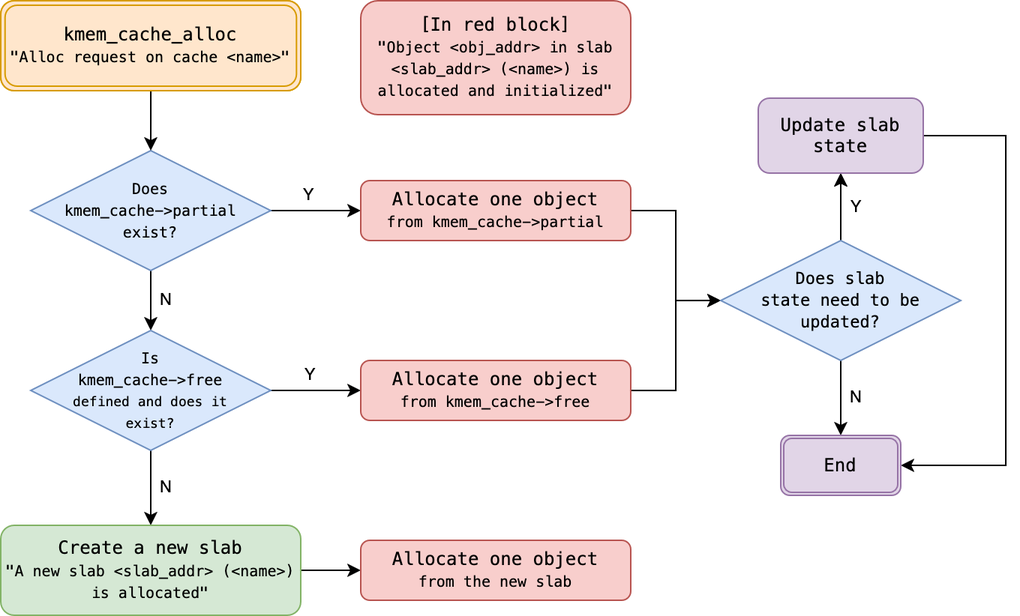
Before: doc/img/mp2-slab-alloc.png, a diagram exported from draw.io (Shiritai/xv6-ntu-mp). Source tidied: cells renumbered, new cells last; positions are measured from the earlier drawing's top-left corner, leaving out a move shared by most shapes.
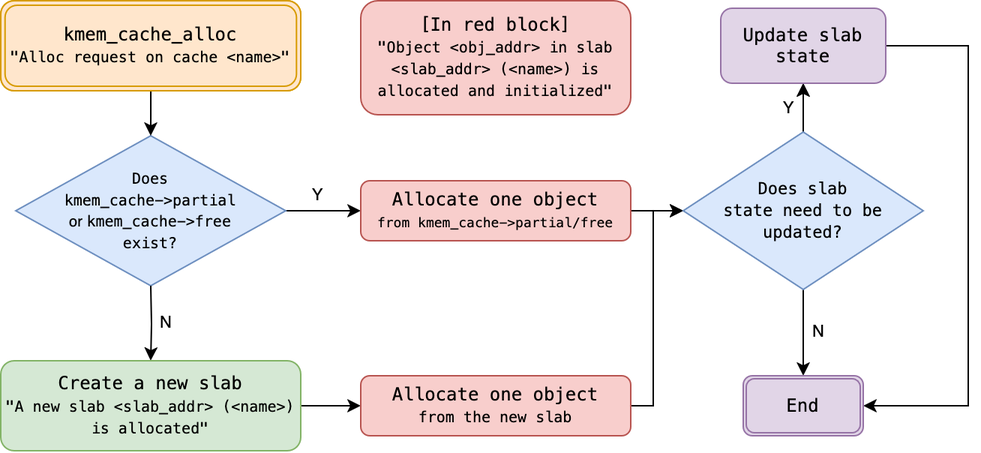
The same diagram one commit later.

What changed in the source:
```diff
@@ -10,54 +10,39 @@
         <mxPoint y="-10" as="offset" />
       </mxGeometry>
     </mxCell>
-    <mxCell id="4" style="edgeStyle=orthogonalEdgeStyle;rounded=0;jettySize=auto;html=1;entryX=0.5;entryY=0;entryDx=0;entryDy=0;" parent="1" edge="1" source="6" target="12">
-      <mxGeometry relative="1" as="geometry" />
-    </mxCell>
-    <mxCell id="5" value="N" style="edgeLabel;html=1;align=center;verticalAlign=middle;labelBackgroundColor=none;" parent="4" vertex="1">
-      <mxGeometry x="0.01" y="1" relative="1" as="geometry">
-        <mxPoint x="9" as="offset" />
-      </mxGeometry>
-    </mxCell>
-    <mxCell id="6" value="&lt;div&gt;&lt;font style=&quot;font-size: 10px;&quot; face=&quot;MesloLGM Nerd Font&quot;&gt;Does&lt;br&gt;kmem_cache-&amp;gt;partial&lt;/font&gt;&lt;/div&gt;&lt;div&gt;&lt;font style=&quot;font-size: 10px;&quot; face=&quot;MesloLGM Nerd Font&quot;&gt;exist?&lt;/font&gt;&lt;/div&gt;" style="rhombus;whiteSpace=wrap;html=1;fillColor=#dae8fc;strokeColor=#6c8ebf;rounded=0;" parent="1" vertex="1">
-      <mxGeometry x="20" y="100" width="160" height="80" as="geometry" />
+    <mxCell id="6" value="&lt;div&gt;&lt;font style=&quot;font-size: 10px;&quot; face=&quot;MesloLGM Nerd Font&quot;&gt;Does&lt;br&gt;kmem_cache-&amp;gt;partial&lt;/font&gt;&lt;/div&gt;&lt;div&gt;&lt;font style=&quot;font-size: 10px;&quot;&gt;or &lt;font face=&quot;MesloLGM Nerd Font&quot;&gt;kmem_cache-&amp;gt;free&lt;/font&gt;&lt;/font&gt;&lt;/div&gt;&lt;div&gt;&lt;font style=&quot;font-size: 10px;&quot; face=&quot;MesloLGM Nerd Font&quot;&gt;exist?&lt;/font&gt;&lt;/div&gt;" style="rhombus;whiteSpace=wrap;html=1;fillColor=#dae8fc;strokeColor=#6c8ebf;rounded=0;" parent="1" vertex="1">
+      <mxGeometry x="10" y="90" width="180" height="100" as="geometry" />
     </mxCell>
     <mxCell id="7" style="edgeStyle=orthogonalEdgeStyle;rounded=0;jettySize=auto;html=1;entryX=0;entryY=0.5;entryDx=0;entryDy=0;" parent="1" edge="1" source="8" target="27">
       <mxGeometry relative="1" as="geometry" />
     </mxCell>
-    <mxCell id="8" value="&lt;div&gt;&lt;font face=&quot;MesloLGM Nerd Font&quot;&gt;Allocate one &lt;/font&gt;&lt;font face=&quot;MesloLGM Nerd Font&quot;&gt;object&lt;/font&gt;&lt;/div&gt;&lt;div&gt;&lt;font style=&quot;font-size: 10px;&quot; face=&quot;MesloLGM Nerd Font&quot;&gt;from &lt;font&gt;kmem_cache-&amp;gt;partial&lt;/font&gt;&lt;/font&gt;&lt;/div&gt;" style="rounded=1;whiteSpace=wrap;html=1;fillColor=#f8cecc;strokeColor=#b85450;" parent="1" vertex="1">
+    <mxCell id="8" value="&lt;div&gt;&lt;font face=&quot;MesloLGM Nerd Font&quot;&gt;Allocate one &lt;/font&gt;&lt;font face=&quot;MesloLGM Nerd Font&quot;&gt;object&lt;/font&gt;&lt;/div&gt;&lt;div&gt;&lt;font style=&quot;font-size: 9px;&quot; face=&quot;MesloLGM Nerd Font&quot;&gt;from &lt;font&gt;kmem_cache-&amp;gt;partial/free&lt;/font&gt;&lt;/font&gt;&lt;/div&gt;" style="rounded=1;whiteSpace=wrap;html=1;fillColor=#f8cecc;strokeColor=#b85450;" parent="1" vertex="1">
       <mxGeometry x="240" y="120" width="180" height="40" as="geometry" />
     </mxCell>
-    <mxCell id="9" value="N" style="edgeStyle=orthogonalEdgeStyle;rounded=0;jettySize=auto;html=1;entryX=0.5;entryY=0;entryDx=0;entryDy=0;labelBackgroundColor=none;" parent="1" edge="1" source="12" target="16">
-      <mxGeometry y="10" relative="1" as="geometry" />
+    <mxCell id="9" value="N" style="edgeStyle=orthogonalEdgeStyle;rounded=0;jettySize=auto;html=1;entryX=0.5;entryY=0;entryDx=0;entryDy=0;labelBackgroundColor=none;" parent="1" edge="1" target="16">
+      <mxGeometry y="10" relative="1" as="geometry">
+        <mxPoint x="100" y="190" as="sourcePoint" />
+      </mxGeometry>
     </mxCell>
-    <mxCell id="10" style="edgeStyle=orthogonalEdgeStyle;rounded=0;jettySize=auto;html=1;" parent="1" edge="1" source="12" target="14">
-      <mxGeometry relative="1" as="geometry" />
-    </mxCell>
-    <mxCell id="11" value="Y" style="edgeLabel;html=1;align=center;verticalAlign=middle;labelBackgroundColor=none;" parent="10" vertex="1">
-      <mxGeometry x="-0.14" y="-1" relative="1" as="geometry">
-        <mxPoint y="-11" as="offset" />
-      </mxGeometry>
-    </mxCell>
-    <mxCell id="12" value="&lt;div&gt;&lt;font style=&quot;font-size: 10px;&quot; face=&quot;MesloLGM Nerd Font&quot;&gt;Is&lt;br&gt;kmem_cache-&amp;gt;free&lt;/font&gt;&lt;/div&gt;&lt;div&gt;&lt;font style=&quot;font-size: 9px;&quot; face=&quot;MesloLGM Nerd Font&quot;&gt;defined and does it&lt;/font&gt;&lt;/div&gt;&lt;div&gt;&lt;font style=&quot;font-size: 9px;&quot; face=&quot;MesloLGM Nerd Font&quot;&gt;exist?&lt;/font&gt;&lt;/div&gt;" style="rhombus;whiteSpace=wrap;html=1;fillColor=#dae8fc;strokeColor=#6c8ebf;rounded=0;" parent="1" vertex="1">
-      <mxGeometry x="20" y="220" width="160" height="80" as="geometry" />
-    </mxCell>
-    <mxCell id="13" style="edgeStyle=orthogonalEdgeStyle;rounded=0;jettySize=auto;html=1;entryX=0;entryY=0.5;entryDx=0;entryDy=0;" parent="1" edge="1" source="14" target="27">
-      <mxGeometry relative="1" as="geometry" />
-    </mxCell>
-    <mxCell id="14" value="&lt;div&gt;&lt;font face=&quot;MesloLGM Nerd Font&quot;&gt;Allocate one &lt;/font&gt;&lt;font face=&quot;MesloLGM Nerd Font&quot;&gt;object&lt;/font&gt;&lt;div&gt;&lt;font style=&quot;font-size: 10px;&quot; face=&quot;MesloLGM Nerd Font&quot;&gt;from &lt;font&gt;kmem_cache-&amp;gt;free&lt;/font&gt;&lt;/font&gt;&lt;/div&gt;&lt;/div&gt;" style="rounded=1;whiteSpace=wrap;html=1;fillColor=#f8cecc;strokeColor=#b85450;" parent="1" vertex="1">
-      <mxGeometry x="240" y="240" width="180" height="40" as="geometry" />
-    </mxCell>
     <mxCell id="15" style="edgeStyle=orthogonalEdgeStyle;rounded=0;jettySize=auto;html=1;entryX=0;entryY=0.5;entryDx=0;entryDy=0;" parent="1" edge="1" source="16" target="18">
       <mxGeometry relative="1" as="geometry" />
     </mxCell>
     <mxCell id="16" value="&lt;div&gt;&lt;font face=&quot;MesloLGM Nerd Font&quot;&gt;Create a new slab&lt;br&gt;&lt;font style=&quot;font-size: 10px;&quot;&gt;&quot;A new slab &amp;lt;slab_addr&amp;gt; (&amp;lt;name&amp;gt;) is allocated&quot;&lt;/font&gt;&lt;/font&gt;&lt;/div&gt;" style="rounded=1;whiteSpace=wrap;html=1;fillColor=#d5e8d4;strokeColor=#82b366;" parent="1" vertex="1">
-      <mxGeometry y="350" width="200" height="60" as="geometry" />
+      <mxGeometry y="240" width="200" height="60" as="geometry" />
     </mxCell>
     <mxCell id="17" style="edgeStyle=orthogonalEdgeStyle;rounded=0;jettySize=auto;html=1;entryX=0.5;entryY=0;entryDx=0;entryDy=0;" parent="1" edge="1" source="23" target="6">
       <mxGeometry relative="1" as="geometry" />
     </mxCell>
+    <mxCell id="33" style="edgeStyle=orthogonalEdgeStyle;rounded=0;jettySize=auto;html=1;entryX=0;entryY=0.5;entryDx=0;entryDy=0;" parent="1" edge="1" source="18" target="27">
+      <mxGeometry relative="1" as="geometry">
+        <Array as="points">
+          <mxPoint x="435" y="270" />
+          <mxPoint x="435" y="140" />
+        </Array>
+      </mxGeometry>
+    </mxCell>
     <mxCell id="18" value="&lt;div&gt;&lt;font face=&quot;MesloLGM Nerd Font&quot;&gt;Allocate one object&lt;/font&gt;&lt;/div&gt;&lt;font style=&quot;font-size: 10px;&quot; face=&quot;MesloLGM Nerd Font&quot;&gt;from the new slab&lt;/font&gt;" style="rounded=1;whiteSpace=wrap;html=1;fillColor=#f8cecc;strokeColor=#b85450;" parent="1" vertex="1">
-      <mxGeometry x="240" y="360" width="180" height="40" as="geometry" />
+      <mxGeometry x="240" y="250" width="180" height="40" as="geometry" />
     </mxCell>
     <mxCell id="19" value="&lt;font face=&quot;MesloLGM Nerd Font&quot;&gt;[In red block]&lt;/font&gt;&lt;div&gt;&lt;font face=&quot;MesloLGM Nerd Font&quot; style=&quot;font-size: 10px;&quot;&gt;&quot;Object &amp;lt;obj_addr&amp;gt; in slab &amp;lt;slab_addr&amp;gt; (&amp;lt;name&amp;gt;) is allocated and initialized&quot;&lt;/font&gt;&lt;/div&gt;" style="rounded=1;whiteSpace=wrap;html=1;fillColor=#f8cecc;strokeColor=#b85450;" parent="1" vertex="1">
       <mxGeometry x="240" width="180" height="76" as="geometry" />
@@ -84,21 +69,21 @@
       <mxGeometry y="-10" relative="1" as="geometry" />
     </mxCell>
     <mxCell id="27" value="&lt;div&gt;&lt;font style=&quot;font-size: 11px;&quot; face=&quot;MesloLGM Nerd Font&quot;&gt;Does slab&lt;/font&gt;&lt;/div&gt;&lt;div&gt;&lt;font style=&quot;font-size: 11px;&quot; face=&quot;MesloLGM Nerd Font&quot;&gt;state need to be&lt;/font&gt;&lt;/div&gt;&lt;div&gt;&lt;font style=&quot;font-size: 11px;&quot; face=&quot;MesloLGM Nerd Font&quot;&gt;updated?&lt;/font&gt;&lt;/div&gt;" style="rhombus;whiteSpace=wrap;html=1;fillColor=#dae8fc;strokeColor=#6c8ebf;rounded=0;" parent="1" vertex="1">
-      <mxGeometry x="480" y="160" width="160" height="80" as="geometry" />
+      <mxGeometry x="455" y="87.5" width="160" height="105" as="geometry" />
     </mxCell>
     <mxCell id="28" style="edgeStyle=orthogonalEdgeStyle;rounded=0;jettySize=auto;html=1;entryX=1;entryY=0.5;entryDx=0;entryDy=0;" parent="1" edge="1" source="29" target="31">
       <mxGeometry relative="1" as="geometry">
         <Array as="points">
-          <mxPoint x="670" y="90" />
-          <mxPoint x="670" y="310" />
+          <mxPoint x="645" y="30" />
+          <mxPoint x="645" y="270" />
         </Array>
       </mxGeometry>
     </mxCell>
     <mxCell id="29" value="Update slab state" style="rounded=1;whiteSpace=wrap;html=1;fillColor=#e1d5e7;strokeColor=#9673a6;fontFamily=MesloLGM Nerd Font;" parent="1" vertex="1">
-      <mxGeometry x="505" y="65" width="110" height="50" as="geometry" />
+      <mxGeometry x="480" y="5" width="110" height="50" as="geometry" />
     </mxCell>
     <mxCell id="30" style="group;" parent="1" vertex="1">
-      <mxGeometry x="520" y="290" width="80" height="40" as="geometry" />
+      <mxGeometry x="495" y="250" width="80" height="40" as="geometry" />
     </mxCell>
     <mxCell id="31" value="End" style="rounded=1;whiteSpace=wrap;html=1;fillColor=#e1d5e7;strokeColor=#9673a6;fontFamily=MesloLGM Nerd Font;" parent="30" vertex="1">
       <mxGeometry width="80" height="40" as="geometry" />
```
